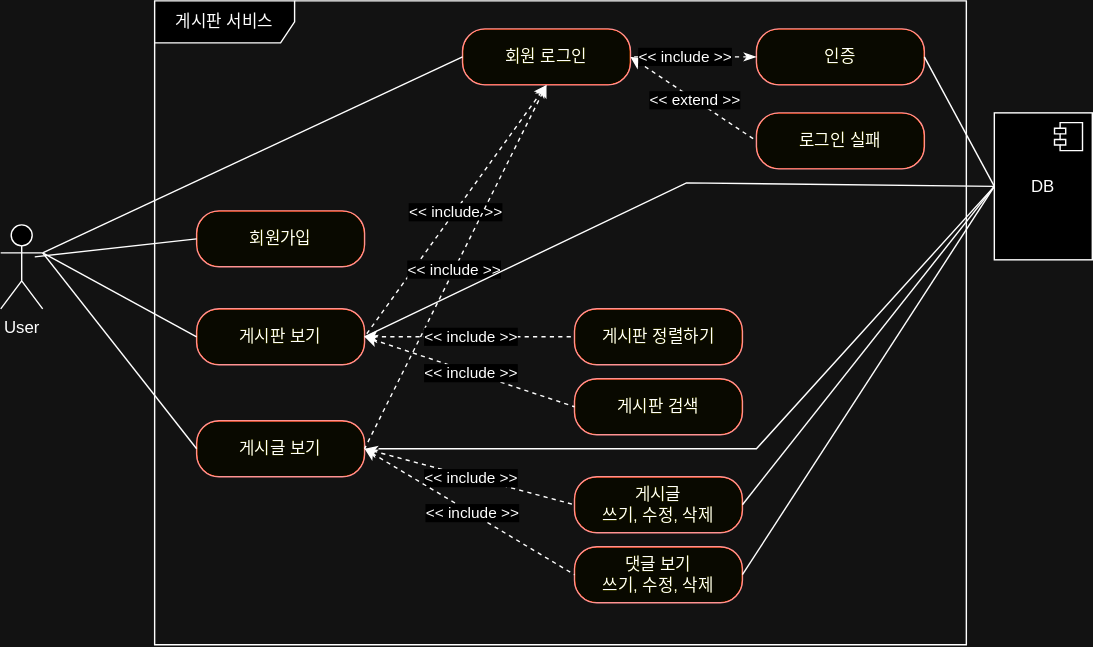
Above: document/usecase.svg in y2gon2/fastcampus-project-board (draw.io), before the change. Source tidied: cells renumbered, new cells last; positions are measured from the earlier drawing's top-left corner, leaving out a move shared by most shapes.
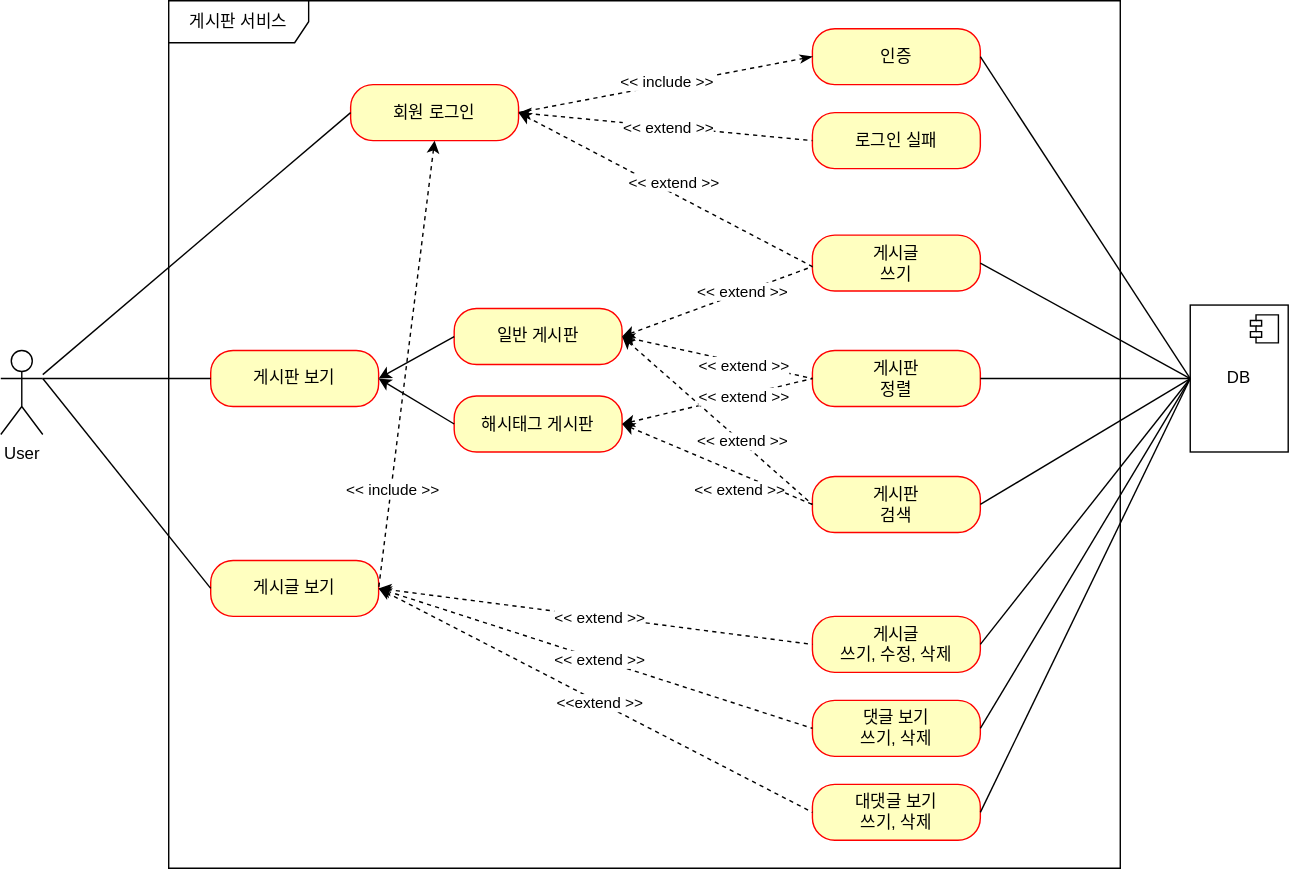
Later version of the same file.

Commit message:
서비스 고도화 작업에 맞게 수정

Change to the diagram source:
```diff
@@ -3,64 +3,54 @@
     <mxCell id="0" />
     <mxCell id="1" parent="0" />
     <mxCell id="2" value="User" style="shape=umlActor;verticalLabelPosition=bottom;verticalAlign=top;html=1;" parent="1" vertex="1">
-      <mxGeometry y="160" width="30" height="60" as="geometry" />
+      <mxGeometry x="-10" y="220" width="30" height="60" as="geometry" />
     </mxCell>
     <mxCell id="3" value="게시판 서비스" style="shape=umlFrame;whiteSpace=wrap;html=1;width=100;height=30;" parent="1" vertex="1">
-      <mxGeometry x="110" width="580" height="460" as="geometry" />
+      <mxGeometry x="110" y="-30" width="680" height="620" as="geometry" />
     </mxCell>
-    <mxCell id="4" value="회원가입" style="rounded=1;whiteSpace=wrap;html=1;arcSize=40;fontColor=#000000;fillColor=#ffffc0;strokeColor=#ff0000;" parent="1" vertex="1">
-      <mxGeometry x="140" y="150" width="120" height="40" as="geometry" />
-    </mxCell>
     <mxCell id="5" value="게시글 보기" style="rounded=1;whiteSpace=wrap;html=1;arcSize=40;fontColor=#000000;fillColor=#ffffc0;strokeColor=#ff0000;" parent="1" vertex="1">
-      <mxGeometry x="140" y="300" width="120" height="40" as="geometry" />
+      <mxGeometry x="140" y="370" width="120" height="40" as="geometry" />
     </mxCell>
     <mxCell id="6" value="게시판 보기" style="rounded=1;whiteSpace=wrap;html=1;arcSize=40;fontColor=#000000;fillColor=#ffffc0;strokeColor=#ff0000;" parent="1" vertex="1">
       <mxGeometry x="140" y="220" width="120" height="40" as="geometry" />
     </mxCell>
     <mxCell id="7" value="회원 로그인" style="rounded=1;whiteSpace=wrap;html=1;arcSize=40;fontColor=#000000;fillColor=#ffffc0;strokeColor=#ff0000;" parent="1" vertex="1">
-      <mxGeometry x="330" y="20" width="120" height="40" as="geometry" />
+      <mxGeometry x="240" y="30" width="120" height="40" as="geometry" />
     </mxCell>
-    <mxCell id="8" value="게시판 검색" style="rounded=1;whiteSpace=wrap;html=1;arcSize=40;fontColor=#000000;fillColor=#ffffc0;strokeColor=#ff0000;" parent="1" vertex="1">
-      <mxGeometry x="410" y="270" width="120" height="40" as="geometry" />
+    <mxCell id="8" value="해시태그 게시판" style="rounded=1;whiteSpace=wrap;html=1;arcSize=40;fontColor=#000000;fillColor=#ffffc0;strokeColor=#ff0000;" parent="1" vertex="1">
+      <mxGeometry x="314" y="252.5" width="120" height="40" as="geometry" />
     </mxCell>
     <mxCell id="9" value="인증" style="rounded=1;whiteSpace=wrap;html=1;arcSize=40;fontColor=#000000;fillColor=#ffffc0;strokeColor=#ff0000;" parent="1" vertex="1">
-      <mxGeometry x="540" y="20" width="120" height="40" as="geometry" />
+      <mxGeometry x="570" y="-10" width="120" height="40" as="geometry" />
     </mxCell>
     <mxCell id="10" value="로그인 실패" style="rounded=1;whiteSpace=wrap;html=1;arcSize=40;fontColor=#000000;fillColor=#ffffc0;strokeColor=#ff0000;" parent="1" vertex="1">
-      <mxGeometry x="540" y="80" width="120" height="40" as="geometry" />
+      <mxGeometry x="570" y="50" width="120" height="40" as="geometry" />
     </mxCell>
-    <mxCell id="11" value="게시판 정렬하기" style="rounded=1;whiteSpace=wrap;html=1;arcSize=40;fontColor=#000000;fillColor=#ffffc0;strokeColor=#ff0000;" parent="1" vertex="1">
-      <mxGeometry x="410" y="220" width="120" height="40" as="geometry" />
+    <mxCell id="11" value="일반 게시판" style="rounded=1;whiteSpace=wrap;html=1;arcSize=40;fontColor=#000000;fillColor=#ffffc0;strokeColor=#ff0000;" parent="1" vertex="1">
+      <mxGeometry x="314" y="190" width="120" height="40" as="geometry" />
     </mxCell>
     <mxCell id="12" value="게시글 &lt;br&gt;쓰기, 수정, 삭제" style="rounded=1;whiteSpace=wrap;html=1;arcSize=40;fontColor=#000000;fillColor=#ffffc0;strokeColor=#ff0000;" parent="1" vertex="1">
-      <mxGeometry x="410" y="340" width="120" height="40" as="geometry" />
+      <mxGeometry x="570" y="410" width="120" height="40" as="geometry" />
     </mxCell>
-    <mxCell id="13" value="댓글 보기&lt;br&gt;쓰기, 수정, 삭제" style="rounded=1;whiteSpace=wrap;html=1;arcSize=40;fontColor=#000000;fillColor=#ffffc0;strokeColor=#ff0000;" parent="1" vertex="1">
-      <mxGeometry x="410" y="390" width="120" height="40" as="geometry" />
+    <mxCell id="13" value="대댓글 보기&lt;br&gt;쓰기, 삭제" style="rounded=1;whiteSpace=wrap;html=1;arcSize=40;fontColor=#000000;fillColor=#ffffc0;strokeColor=#ff0000;" parent="1" vertex="1">
+      <mxGeometry x="570" y="530" width="120" height="40" as="geometry" />
     </mxCell>
-    <mxCell id="14" style="endArrow=none;html=1;rounded=0;entryX=0;entryY=0.5;entryDx=0;entryDy=0;" parent="1" edge="1" target="5">
-      <mxGeometry relative="1" as="geometry">
-        <mxPoint x="30" y="180" as="sourcePoint" />
-      </mxGeometry>
+    <mxCell id="14" style="endArrow=none;html=1;rounded=0;entryX=0;entryY=0.5;entryDx=0;entryDy=0;exitX=1;exitY=0.3333333333333333;exitDx=0;exitDy=0;exitPerimeter=0;" parent="1" edge="1" source="2" target="5">
+      <mxGeometry relative="1" as="geometry" />
     </mxCell>
-    <mxCell id="15" style="endArrow=none;html=1;rounded=0;entryX=0;entryY=0.5;entryDx=0;entryDy=0;" parent="1" edge="1" target="7">
-      <mxGeometry relative="1" as="geometry">
-        <mxPoint x="30" y="180" as="sourcePoint" />
-      </mxGeometry>
+    <mxCell id="15" style="endArrow=none;html=1;rounded=0;entryX=0;entryY=0.5;entryDx=0;entryDy=0;" parent="1" edge="1" source="2" target="7">
+      <mxGeometry relative="1" as="geometry" />
     </mxCell>
     <mxCell id="16" style="endArrow=none;html=1;rounded=0;exitX=1;exitY=0.3333333333333333;exitDx=0;exitDy=0;exitPerimeter=0;entryX=0;entryY=0.5;entryDx=0;entryDy=0;" parent="1" edge="1" source="2" target="6">
       <mxGeometry relative="1" as="geometry" />
     </mxCell>
-    <mxCell id="17" style="endArrow=none;html=1;rounded=0;entryX=0;entryY=0.5;entryDx=0;entryDy=0;exitX=0.811;exitY=0.381;exitDx=0;exitDy=0;exitPerimeter=0;" parent="1" edge="1" source="2" target="4">
-      <mxGeometry relative="1" as="geometry" />
-    </mxCell>
     <mxCell id="18" style="endArrow=none;html=1;rounded=0;entryX=0;entryY=0.5;entryDx=0;entryDy=0;exitX=1;exitY=0.5;exitDx=0;exitDy=0;dashed=1;startArrow=classic;startFill=1;" parent="1" edge="1" source="7" target="10">
       <mxGeometry relative="1" as="geometry" />
     </mxCell>
     <mxCell id="19" value="&amp;lt;&amp;lt; extend &amp;gt;&amp;gt;" style="edgeLabel;html=1;align=center;verticalAlign=middle;" parent="18" vertex="1">
       <mxGeometry x="0.01" relative="1" as="geometry" />
     </mxCell>
-    <mxCell id="20" style="endArrow=none;html=1;rounded=0;exitX=0;exitY=0.5;exitDx=0;exitDy=0;entryX=1;entryY=0.5;entryDx=0;entryDy=0;dashed=1;edgeStyle=orthogonalEdgeStyle;endFill=0;startArrow=classicThin;startFill=1;" parent="1" edge="1" source="9" target="7">
+    <mxCell id="20" style="endArrow=none;html=1;rounded=0;exitX=0;exitY=0.5;exitDx=0;exitDy=0;entryX=1;entryY=0.5;entryDx=0;entryDy=0;dashed=1;endFill=0;startArrow=classicThin;startFill=1;" parent="1" edge="1" source="9" target="7">
       <mxGeometry relative="1" as="geometry" />
     </mxCell>
     <mxCell id="21" value="&amp;lt;&amp;lt; include &amp;gt;&amp;gt;" style="edgeLabel;html=1;align=center;verticalAlign=middle;" parent="20" vertex="1">
@@ -68,52 +58,34 @@
         <mxPoint x="-11" y="-2" as="offset" />
       </mxGeometry>
     </mxCell>
-    <mxCell id="22" style="endArrow=none;html=1;rounded=0;entryX=1;entryY=0.5;entryDx=0;entryDy=0;exitX=0.5;exitY=1;exitDx=0;exitDy=0;dashed=1;startArrow=classic;startFill=1;" parent="1" edge="1" source="7" target="6">
-      <mxGeometry relative="1" as="geometry" />
-    </mxCell>
-    <mxCell id="23" value="&amp;lt;&amp;lt; include &amp;gt;&amp;gt;" style="edgeLabel;html=1;align=center;verticalAlign=middle;" parent="22" vertex="1">
-      <mxGeometry x="0.01" relative="1" as="geometry" />
-    </mxCell>
     <mxCell id="24" style="endArrow=none;html=1;rounded=0;entryX=1;entryY=0.5;entryDx=0;entryDy=0;exitX=0.5;exitY=1;exitDx=0;exitDy=0;dashed=1;startArrow=classic;startFill=1;" parent="1" edge="1" source="7" target="5">
       <mxGeometry relative="1" as="geometry" />
     </mxCell>
     <mxCell id="25" value="&amp;lt;&amp;lt; include &amp;gt;&amp;gt;" style="edgeLabel;html=1;align=center;verticalAlign=middle;" parent="24" vertex="1">
-      <mxGeometry x="0.01" relative="1" as="geometry" />
+      <mxGeometry x="0.01" relative="1" as="geometry">
+        <mxPoint x="-10" y="87" as="offset" />
+      </mxGeometry>
     </mxCell>
-    <mxCell id="26" style="endArrow=none;html=1;rounded=0;entryX=0;entryY=0.5;entryDx=0;entryDy=0;dashed=1;startArrow=classic;startFill=1;" parent="1" edge="1" target="11">
-      <mxGeometry relative="1" as="geometry">
-        <mxPoint x="260" y="240" as="sourcePoint" />
-      </mxGeometry>
+    <mxCell id="26" style="endArrow=none;html=1;rounded=0;entryX=0;entryY=0.5;entryDx=0;entryDy=0;startArrow=classic;startFill=1;exitX=1;exitY=0.5;exitDx=0;exitDy=0;" parent="1" edge="1" source="6" target="11">
+      <mxGeometry relative="1" as="geometry" />
     </mxCell>
-    <mxCell id="27" value="&amp;lt;&amp;lt; include &amp;gt;&amp;gt;" style="edgeLabel;html=1;align=center;verticalAlign=middle;" parent="26" vertex="1">
-      <mxGeometry x="0.01" relative="1" as="geometry" />
-    </mxCell>
-    <mxCell id="28" style="endArrow=none;html=1;rounded=0;entryX=0;entryY=0.5;entryDx=0;entryDy=0;dashed=1;startArrow=classic;startFill=1;" parent="1" edge="1" target="8">
-      <mxGeometry relative="1" as="geometry">
-        <mxPoint x="260" y="240" as="sourcePoint" />
-      </mxGeometry>
+    <mxCell id="28" style="endArrow=none;html=1;rounded=0;entryX=0;entryY=0.5;entryDx=0;entryDy=0;startArrow=classic;startFill=1;exitX=1;exitY=0.5;exitDx=0;exitDy=0;" parent="1" edge="1" source="6" target="8">
+      <mxGeometry relative="1" as="geometry" />
     </mxCell>
-    <mxCell id="29" value="&amp;lt;&amp;lt; include &amp;gt;&amp;gt;" style="edgeLabel;html=1;align=center;verticalAlign=middle;" parent="28" vertex="1">
-      <mxGeometry x="0.01" relative="1" as="geometry" />
-    </mxCell>
-    <mxCell id="30" style="endArrow=none;html=1;rounded=0;entryX=0;entryY=0.5;entryDx=0;entryDy=0;dashed=1;startArrow=classic;startFill=1;" parent="1" edge="1" target="12">
-      <mxGeometry relative="1" as="geometry">
-        <mxPoint x="260" y="320" as="sourcePoint" />
-      </mxGeometry>
+    <mxCell id="30" style="endArrow=none;html=1;rounded=0;entryX=0;entryY=0.5;entryDx=0;entryDy=0;dashed=1;startArrow=classic;startFill=1;exitX=1;exitY=0.5;exitDx=0;exitDy=0;" parent="1" edge="1" source="5" target="12">
+      <mxGeometry relative="1" as="geometry" />
     </mxCell>
-    <mxCell id="31" value="&amp;lt;&amp;lt; include &amp;gt;&amp;gt;" style="edgeLabel;html=1;align=center;verticalAlign=middle;" parent="30" vertex="1">
+    <mxCell id="31" value="&amp;lt;&amp;lt; extend &amp;gt;&amp;gt;" style="edgeLabel;html=1;align=center;verticalAlign=middle;" parent="30" vertex="1">
       <mxGeometry x="0.01" relative="1" as="geometry" />
     </mxCell>
-    <mxCell id="32" style="endArrow=none;html=1;rounded=0;entryX=0;entryY=0.5;entryDx=0;entryDy=0;dashed=1;startArrow=classic;startFill=1;" parent="1" edge="1" target="13">
-      <mxGeometry relative="1" as="geometry">
-        <mxPoint x="260" y="320" as="sourcePoint" />
-      </mxGeometry>
+    <mxCell id="32" style="endArrow=none;html=1;rounded=0;entryX=0;entryY=0.5;entryDx=0;entryDy=0;dashed=1;startArrow=classic;startFill=1;exitX=1;exitY=0.5;exitDx=0;exitDy=0;" parent="1" edge="1" source="5" target="13">
+      <mxGeometry relative="1" as="geometry" />
     </mxCell>
-    <mxCell id="33" value="&amp;lt;&amp;lt; include &amp;gt;&amp;gt;" style="edgeLabel;html=1;align=center;verticalAlign=middle;" parent="32" vertex="1">
+    <mxCell id="33" value="&amp;lt;&amp;lt;extend &amp;gt;&amp;gt;" style="edgeLabel;html=1;align=center;verticalAlign=middle;" parent="32" vertex="1">
       <mxGeometry x="0.01" relative="1" as="geometry" />
     </mxCell>
     <mxCell id="34" value="DB" style="html=1;whiteSpace=wrap;" parent="1" vertex="1">
-      <mxGeometry x="710" y="80" width="70" height="105" as="geometry" />
+      <mxGeometry x="840" y="187.5" width="70" height="105" as="geometry" />
     </mxCell>
     <mxCell id="35" style="shape=module;jettyWidth=8;jettyHeight=4;" parent="34" vertex="1">
       <mxGeometry x="1" width="20" height="20" relative="1" as="geometry">
@@ -123,26 +95,95 @@
     <mxCell id="36" style="endArrow=none;html=1;rounded=0;entryX=1;entryY=0.5;entryDx=0;entryDy=0;exitX=0;exitY=0.5;exitDx=0;exitDy=0;" parent="1" edge="1" source="34" target="9">
       <mxGeometry relative="1" as="geometry" />
     </mxCell>
-    <mxCell id="37" style="endArrow=none;html=1;rounded=0;exitX=1;exitY=0.5;exitDx=0;exitDy=0;entryX=0;entryY=0.5;entryDx=0;entryDy=0;" parent="1" edge="1" source="6" target="34">
-      <mxGeometry relative="1" as="geometry">
-        <Array as="points">
-          <mxPoint x="490" y="130" />
-        </Array>
-      </mxGeometry>
-    </mxCell>
-    <mxCell id="38" style="endArrow=none;html=1;rounded=0;entryX=0;entryY=0.5;entryDx=0;entryDy=0;" parent="1" edge="1" target="34">
-      <mxGeometry relative="1" as="geometry">
-        <mxPoint x="270" y="320" as="sourcePoint" />
-        <Array as="points">
-          <mxPoint x="540" y="320" />
-        </Array>
-      </mxGeometry>
-    </mxCell>
     <mxCell id="39" style="endArrow=none;html=1;rounded=0;exitX=1;exitY=0.5;exitDx=0;exitDy=0;entryX=0;entryY=0.5;entryDx=0;entryDy=0;" parent="1" edge="1" source="12" target="34">
       <mxGeometry relative="1" as="geometry" />
     </mxCell>
     <mxCell id="40" style="endArrow=none;html=1;rounded=0;exitX=1;exitY=0.5;exitDx=0;exitDy=0;entryX=0;entryY=0.5;entryDx=0;entryDy=0;" parent="1" edge="1" source="13" target="34">
       <mxGeometry relative="1" as="geometry" />
     </mxCell>
+    <mxCell id="41" value="댓글 보기&lt;br&gt;쓰기, 삭제" style="rounded=1;whiteSpace=wrap;html=1;arcSize=40;fontColor=#000000;fillColor=#ffffc0;strokeColor=#ff0000;" parent="1" vertex="1">
+      <mxGeometry x="570" y="470" width="120" height="40" as="geometry" />
+    </mxCell>
+    <mxCell id="42" style="endArrow=none;html=1;rounded=0;entryX=0;entryY=0.5;entryDx=0;entryDy=0;dashed=1;startArrow=classic;startFill=1;" parent="1" edge="1" target="41">
+      <mxGeometry relative="1" as="geometry">
+        <mxPoint x="260" y="390" as="sourcePoint" />
+      </mxGeometry>
+    </mxCell>
+    <mxCell id="43" value="&amp;lt;&amp;lt; extend &amp;gt;&amp;gt;" style="edgeLabel;html=1;align=center;verticalAlign=middle;" parent="42" vertex="1">
+      <mxGeometry x="0.01" relative="1" as="geometry" />
+    </mxCell>
+    <mxCell id="44" style="endArrow=none;html=1;rounded=0;exitX=1;exitY=0.5;exitDx=0;exitDy=0;entryX=0;entryY=0.5;entryDx=0;entryDy=0;" parent="1" edge="1" source="41" target="34">
+      <mxGeometry relative="1" as="geometry" />
+    </mxCell>
+    <mxCell id="45" value="게시판&lt;br&gt;검색" style="rounded=1;whiteSpace=wrap;html=1;arcSize=40;fontColor=#000000;fillColor=#ffffc0;strokeColor=#ff0000;" parent="1" vertex="1">
+      <mxGeometry x="570" y="310" width="120" height="40" as="geometry" />
+    </mxCell>
+    <mxCell id="46" style="endArrow=none;html=1;rounded=0;entryX=0;entryY=0.5;entryDx=0;entryDy=0;dashed=1;startArrow=classic;startFill=1;exitX=1;exitY=0.5;exitDx=0;exitDy=0;" parent="1" edge="1" source="8" target="45">
+      <mxGeometry relative="1" as="geometry" />
+    </mxCell>
+    <mxCell id="47" value="&amp;lt;&amp;lt; extend &amp;gt;&amp;gt;" style="edgeLabel;html=1;align=center;verticalAlign=middle;" parent="46" vertex="1">
+      <mxGeometry x="0.01" relative="1" as="geometry">
+        <mxPoint x="14" y="18" as="offset" />
+      </mxGeometry>
+    </mxCell>
+    <mxCell id="48" style="endArrow=none;html=1;rounded=0;exitX=1;exitY=0.5;exitDx=0;exitDy=0;entryX=0;entryY=0.5;entryDx=0;entryDy=0;" parent="1" edge="1" source="45" target="34">
+      <mxGeometry relative="1" as="geometry" />
+    </mxCell>
+    <mxCell id="49" style="endArrow=none;html=1;rounded=0;dashed=1;startArrow=classic;startFill=1;exitX=1;exitY=0.5;exitDx=0;exitDy=0;entryX=0;entryY=0.5;entryDx=0;entryDy=0;" parent="1" edge="1" source="11" target="45">
+      <mxGeometry relative="1" as="geometry" />
+    </mxCell>
+    <mxCell id="50" value="&amp;lt;&amp;lt; extend &amp;gt;&amp;gt;" style="edgeLabel;html=1;align=center;verticalAlign=middle;" parent="49" vertex="1">
+      <mxGeometry x="0.01" relative="1" as="geometry">
+        <mxPoint x="17" y="14" as="offset" />
+      </mxGeometry>
+    </mxCell>
+    <mxCell id="51" value="게시판&lt;br&gt;정렬" style="rounded=1;whiteSpace=wrap;html=1;arcSize=40;fontColor=#000000;fillColor=#ffffc0;strokeColor=#ff0000;" parent="1" vertex="1">
+      <mxGeometry x="570" y="220" width="120" height="40" as="geometry" />
+    </mxCell>
+    <mxCell id="52" style="endArrow=none;html=1;rounded=0;entryX=0;entryY=0.5;entryDx=0;entryDy=0;dashed=1;startArrow=classic;startFill=1;exitX=1;exitY=0.5;exitDx=0;exitDy=0;" parent="1" edge="1" source="8" target="51">
+      <mxGeometry relative="1" as="geometry" />
+    </mxCell>
+    <mxCell id="53" value="&amp;lt;&amp;lt; extend &amp;gt;&amp;gt;" style="edgeLabel;html=1;align=center;verticalAlign=middle;" parent="52" vertex="1">
+      <mxGeometry x="0.01" relative="1" as="geometry">
+        <mxPoint x="17" y="-3" as="offset" />
+      </mxGeometry>
+    </mxCell>
+    <mxCell id="54" style="endArrow=none;html=1;rounded=0;exitX=1;exitY=0.5;exitDx=0;exitDy=0;entryX=0;entryY=0.5;entryDx=0;entryDy=0;" parent="1" edge="1" source="51" target="34">
+      <mxGeometry relative="1" as="geometry" />
+    </mxCell>
+    <mxCell id="55" style="endArrow=none;html=1;rounded=0;dashed=1;startArrow=classic;startFill=1;exitX=1;exitY=0.5;exitDx=0;exitDy=0;entryX=0;entryY=0.5;entryDx=0;entryDy=0;" parent="1" edge="1" source="11" target="51">
+      <mxGeometry relative="1" as="geometry" />
+    </mxCell>
+    <mxCell id="56" value="&amp;lt;&amp;lt; extend &amp;gt;&amp;gt;" style="edgeLabel;html=1;align=center;verticalAlign=middle;" parent="55" vertex="1">
+      <mxGeometry x="0.01" relative="1" as="geometry">
+        <mxPoint x="17" y="5" as="offset" />
+      </mxGeometry>
+    </mxCell>
+    <mxCell id="57" value="게시글 &lt;br&gt;쓰기" style="rounded=1;whiteSpace=wrap;html=1;arcSize=40;fontColor=#000000;fillColor=#ffffc0;strokeColor=#ff0000;" parent="1" vertex="1">
+      <mxGeometry x="570" y="137.5" width="120" height="40" as="geometry" />
+    </mxCell>
+    <mxCell id="58" style="endArrow=none;html=1;rounded=0;entryX=0;entryY=0.5;entryDx=0;entryDy=0;dashed=1;startArrow=classic;startFill=1;exitX=1;exitY=0.5;exitDx=0;exitDy=0;" parent="1" edge="1" source="7">
+      <mxGeometry relative="1" as="geometry">
+        <mxPoint x="570" y="160" as="targetPoint" />
+      </mxGeometry>
+    </mxCell>
+    <mxCell id="59" value="&amp;lt;&amp;lt; extend &amp;gt;&amp;gt;" style="edgeLabel;html=1;align=center;verticalAlign=middle;" parent="58" vertex="1">
+      <mxGeometry x="0.01" relative="1" as="geometry">
+        <mxPoint x="4" y="-6" as="offset" />
+      </mxGeometry>
+    </mxCell>
+    <mxCell id="60" style="endArrow=none;html=1;rounded=0;exitX=1;exitY=0.5;exitDx=0;exitDy=0;entryX=0;entryY=0.5;entryDx=0;entryDy=0;" parent="1" edge="1" source="57" target="34">
+      <mxGeometry relative="1" as="geometry" />
+    </mxCell>
+    <mxCell id="61" style="endArrow=none;html=1;rounded=0;dashed=1;startArrow=classic;startFill=1;exitX=1;exitY=0.5;exitDx=0;exitDy=0;entryX=0;entryY=0.5;entryDx=0;entryDy=0;" parent="1" edge="1" source="11">
+      <mxGeometry relative="1" as="geometry">
+        <mxPoint x="570" y="160" as="targetPoint" />
+      </mxGeometry>
+    </mxCell>
+    <mxCell id="62" value="&amp;lt;&amp;lt; extend &amp;gt;&amp;gt;" style="edgeLabel;html=1;align=center;verticalAlign=middle;" parent="61" vertex="1">
+      <mxGeometry x="0.01" relative="1" as="geometry">
+        <mxPoint x="17" y="-7" as="offset" />
+      </mxGeometry>
+    </mxCell>
   </root>
 </mxGraphModel>
```
